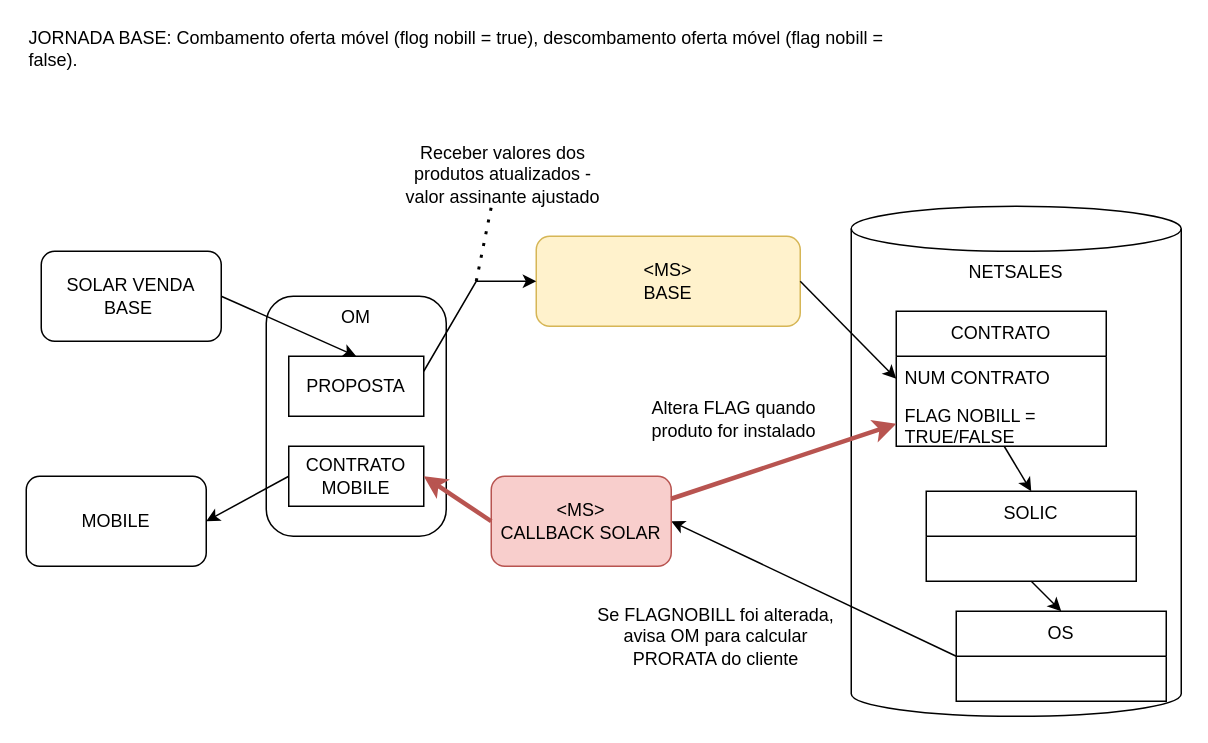
The draw.io diagram page "ATENDIMENTO SOLAR - COMBAMENTO BILLING ÚNICO" (6 of 7) of Billing Divergente Marcelo.drawio in samirali/ClaroBrasil, before the edit. Source tidied: cells renumbered, new cells numbered last; positions are measured from the earlier drawing's top-left corner, leaving out a move shared by most shapes. Both pictures are drawn from the tidied source at 150%, with x=0, y=0 at pixel (26, 26).
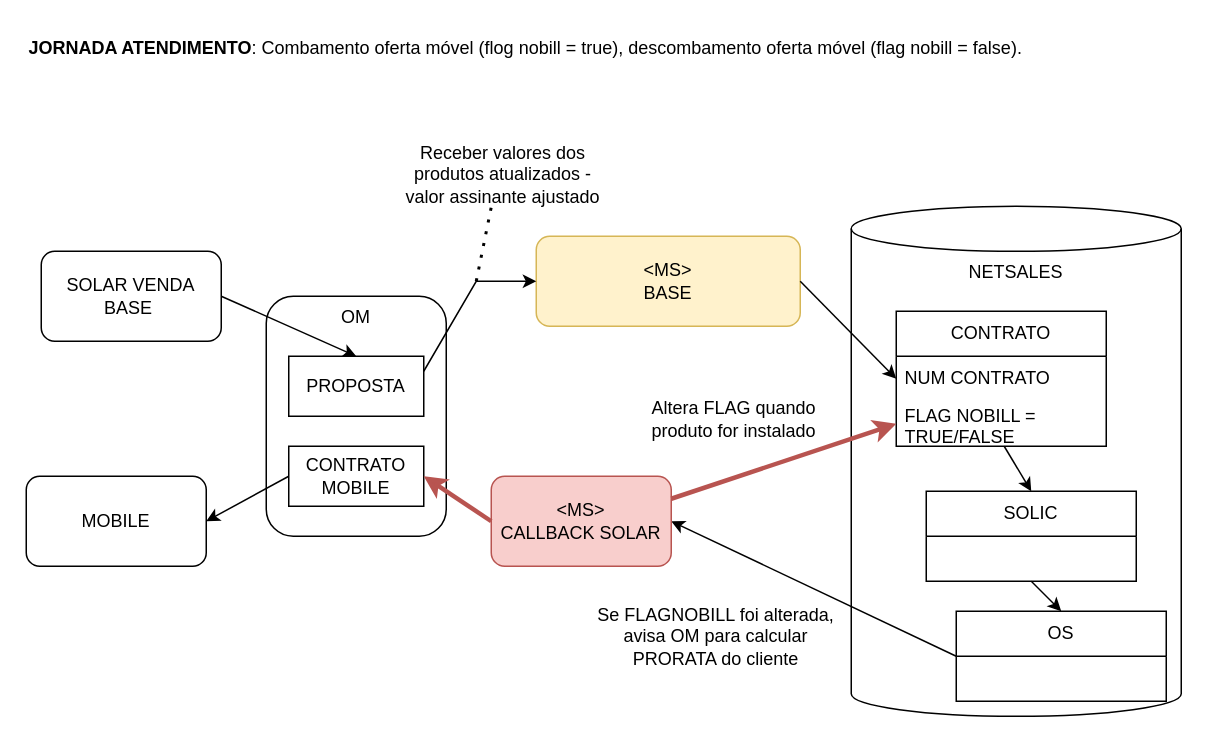
The same page after the edit.

The edit, as a diff of the source:
```diff
@@
-    <mxCell id="3" value="JORNADA BASE: Combamento oferta móvel (flog nobill = true), descombamento oferta móvel (flag nobill = false)." style="text;html=1;align=left;verticalAlign=middle;whiteSpace=wrap;rounded=0;" parent="1" vertex="1">
-      <mxGeometry width="580" height="30" as="geometry" />
+    <mxCell id="3" value="&lt;b&gt;JORNADA ATENDIMENTO&lt;/b&gt;: Combamento oferta móvel (flog nobill = true), descombamento oferta móvel (flag nobill = false)." style="text;html=1;align=left;verticalAlign=middle;whiteSpace=wrap;rounded=0;" parent="1" vertex="1">
+      <mxGeometry width="680" height="30" as="geometry" />
     </mxCell>
```
